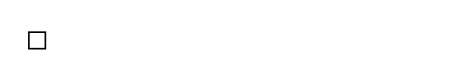
ll-vv/HiH keeps this draw.io diagram as page "フロー" (2 of 2) of ｖｖ.drawio. Above is the earlier version. Source tidied: cells renumbered, new cells numbered last; positions are measured from the earlier drawing's top-left corner, leaving out a move shared by most shapes. Both pictures are drawn from the tidied source at 165%, with x=0, y=0 at pixel (28, 31).
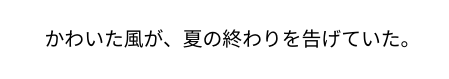
The same diagram, later.

Diff of the diagram source:
```diff
@@
 <mxGraphModel>
   <root>
     <mxCell id="0" />
     <mxCell id="1" parent="0" />
-    <mxCell id="2" style="html=1;backgroundOutline=0;" parent="1" vertex="1">
+    <mxCell id="2" value="かわいた風が、夏の終わりを告げていた。" style="html=1;backgroundOutline=0;labelPosition=right;verticalLabelPosition=middle;align=left;verticalAlign=middle;spacing=0;spacingRight=0;spacingLeft=0;fillColor=none;strokeColor=none;" parent="1" vertex="1">
       <mxGeometry width="10" height="10" as="geometry" />
     </mxCell>
   </root>
 </mxGraphModel>
```
